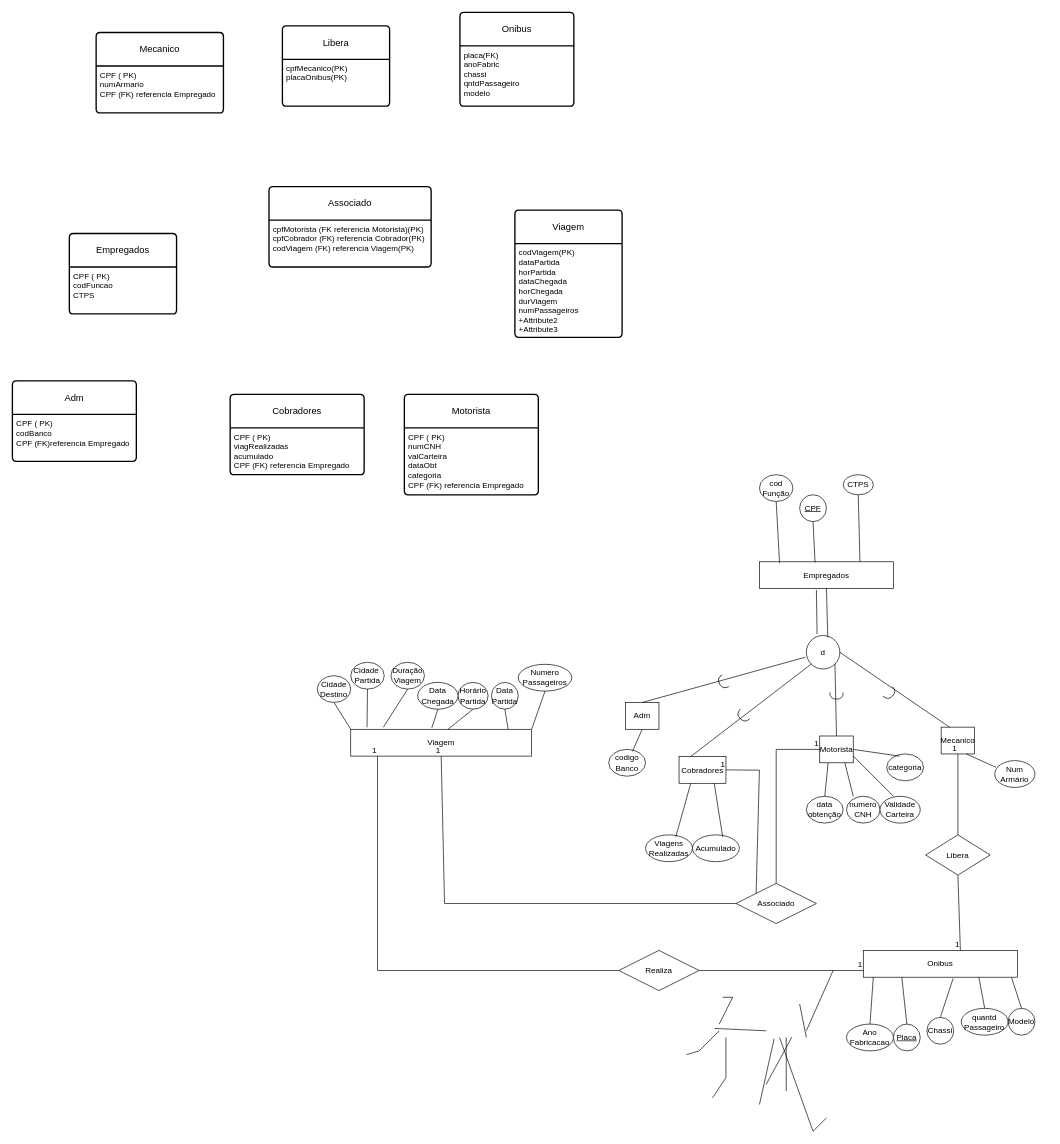
Before: page "Diagrama de Entidade Relacionamento" (2 of 2) of aula_1409_BancDados.drawio in imreadyrod/DiagramasTurmaBancDados, a draw.io diagram. Source tidied: cells renumbered, new cells numbered last; positions are measured from the earlier drawing's top-left corner, leaving out a move shared by most shapes. Both pictures are drawn from the tidied source at 67%, with x=0, y=0 at pixel (12, 12).
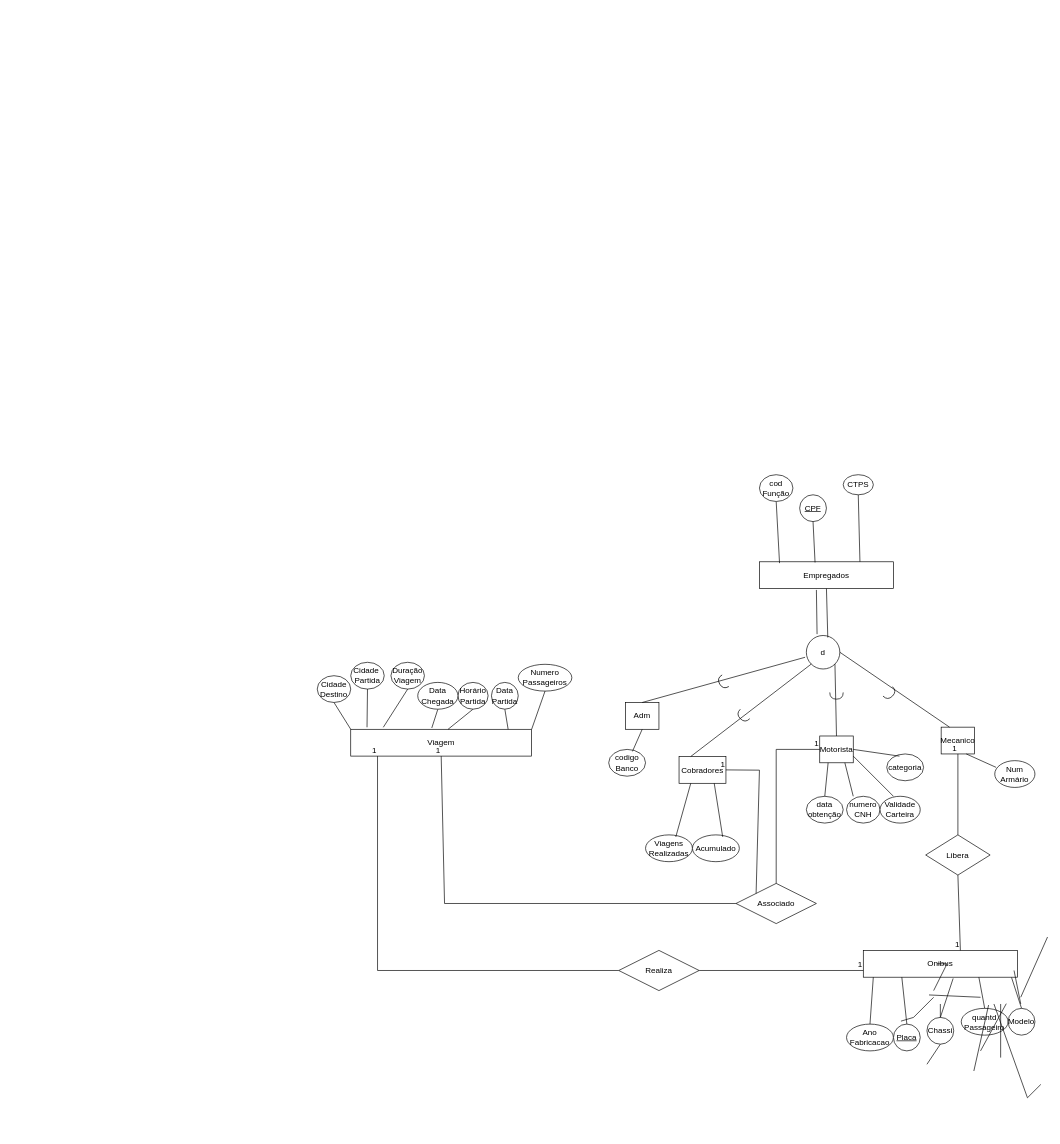
Above is the later version.

Change to the diagram source:
```diff
@@
     <mxCell id="66" style="endArrow=none;html=1;rounded=0;entryX=0;entryY=1;entryDx=0;entryDy=0;" parent="1" edge="1">
       <mxGeometry relative="1" as="geometry">
-        <mxPoint x="1048.1" y="1516.5" as="sourcePoint" />
-        <mxPoint x="1125" y="1520" as="targetPoint" />
+        <mxPoint x="1368.1" y="1466.5" as="sourcePoint" />
+        <mxPoint x="1445" y="1470" as="targetPoint" />
       </mxGeometry>
     </mxCell>
@@
     <mxCell id="69" style="endArrow=none;html=1;rounded=0;exitX=1;exitY=1;exitDx=0;exitDy=0;entryX=0;entryY=1;entryDx=0;entryDy=0;" parent="1" edge="1">
       <mxGeometry relative="1" as="geometry">
-        <mxPoint x="1006.2" y="1555.6" as="sourcePoint" />
-        <mxPoint x="1055" y="1520" as="targetPoint" />
+        <mxPoint x="1326.2" y="1505.6" as="sourcePoint" />
+        <mxPoint x="1375" y="1470" as="targetPoint" />
         <Array as="points">
-          <mxPoint x="1025" y="1550" />
+          <mxPoint x="1345" y="1500" />
         </Array>
       </mxGeometry>
     </mxCell>
@@
     <mxCell id="71" style="endArrow=none;html=1;rounded=0;exitX=0;exitY=0;exitDx=0;exitDy=0;entryX=0.82;entryY=0.988;entryDx=0;entryDy=0;entryPerimeter=0;" parent="1" edge="1">
       <mxGeometry relative="1" as="geometry">
-        <mxPoint x="1125" y="1600" as="sourcePoint" />
-        <mxPoint x="1163.4" y="1529.5" as="targetPoint" />
+        <mxPoint x="1445" y="1550" as="sourcePoint" />
+        <mxPoint x="1483.4" y="1479.5" as="targetPoint" />
       </mxGeometry>
     </mxCell>
@@
     <mxCell id="73" style="endArrow=none;html=1;rounded=0;exitX=0;exitY=0.5;exitDx=0;exitDy=0;entryX=1;entryY=1;entryDx=0;entryDy=0;" parent="1" edge="1">
       <mxGeometry relative="1" as="geometry">
-        <mxPoint x="1175" y="1480" as="sourcePoint" />
-        <mxPoint x="1185" y="1530" as="targetPoint" />
+        <mxPoint x="1495" y="1430" as="sourcePoint" />
+        <mxPoint x="1505" y="1480" as="targetPoint" />
       </mxGeometry>
     </mxCell>
@@
     <mxCell id="75" style="endArrow=none;html=1;rounded=0;exitX=1;exitY=0.75;exitDx=0;exitDy=0;entryX=0;entryY=0.5;entryDx=0;entryDy=0;" parent="1" edge="1">
       <mxGeometry relative="1" as="geometry">
-        <mxPoint x="1185" y="1520" as="sourcePoint" />
-        <mxPoint x="1225" y="1430" as="targetPoint" />
+        <mxPoint x="1505" y="1470" as="sourcePoint" />
+        <mxPoint x="1545" y="1380" as="targetPoint" />
       </mxGeometry>
     </mxCell>
@@
     <mxCell id="78" style="endArrow=none;html=1;rounded=0;entryX=0;entryY=1;entryDx=0;entryDy=0;" parent="1" edge="1">
       <mxGeometry relative="1" as="geometry">
-        <mxPoint x="1045" y="1620" as="sourcePoint" />
-        <mxPoint x="1065" y="1530" as="targetPoint" />
+        <mxPoint x="1365" y="1570" as="sourcePoint" />
+        <mxPoint x="1385" y="1480" as="targetPoint" />
         <Array as="points">
-          <mxPoint x="1065" y="1590" />
+          <mxPoint x="1385" y="1540" />
         </Array>
       </mxGeometry>
     </mxCell>
@@
     <mxCell id="83" style="endArrow=none;html=1;rounded=0;entryX=0.6;entryY=1.041;entryDx=0;entryDy=0;entryPerimeter=0;" parent="1" edge="1">
       <mxGeometry relative="1" as="geometry">
-        <mxPoint x="1115" y="1630" as="sourcePoint" />
-        <mxPoint x="1137" y="1531.6" as="targetPoint" />
+        <mxPoint x="1435" y="1580" as="sourcePoint" />
+        <mxPoint x="1457" y="1481.6" as="targetPoint" />
       </mxGeometry>
     </mxCell>
@@
     <mxCell id="85" style="endArrow=none;html=1;rounded=0;exitX=0.071;exitY=0.278;exitDx=0;exitDy=0;exitPerimeter=0;entryX=0.75;entryY=1;entryDx=0;entryDy=0;" parent="1" edge="1">
       <mxGeometry relative="1" as="geometry">
-        <mxPoint x="1155" y="1610" as="sourcePoint" />
-        <mxPoint x="1155" y="1530" as="targetPoint" />
+        <mxPoint x="1475" y="1560" as="sourcePoint" />
+        <mxPoint x="1475" y="1480" as="targetPoint" />
       </mxGeometry>
     </mxCell>
@@
     <mxCell id="88" style="endArrow=none;html=1;rounded=0;entryX=0;entryY=0.5;entryDx=0;entryDy=0;exitX=0.667;exitY=1;exitDx=0;exitDy=0;exitPerimeter=0;" parent="1" edge="1">
       <mxGeometry relative="1" as="geometry">
-        <mxPoint x="1145" y="1530" as="sourcePoint" />
-        <mxPoint x="1215" y="1650" as="targetPoint" />
+        <mxPoint x="1465" y="1480" as="sourcePoint" />
+        <mxPoint x="1535" y="1600" as="targetPoint" />
         <Array as="points">
-          <mxPoint x="1195" y="1670" />
+          <mxPoint x="1515" y="1620" />
         </Array>
       </mxGeometry>
     </mxCell>
@@
     <mxCell id="90" style="endArrow=none;html=1;rounded=0;entryX=0.5;entryY=1;entryDx=0;entryDy=0;exitX=0.25;exitY=0;exitDx=0;exitDy=0;" parent="1" edge="1">
       <mxGeometry relative="1" as="geometry">
-        <mxPoint x="1055" y="1510" as="sourcePoint" />
-        <mxPoint x="1060" y="1470" as="targetPoint" />
+        <mxPoint x="1375" y="1460" as="sourcePoint" />
+        <mxPoint x="1380" y="1420" as="targetPoint" />
         <Array as="points">
-          <mxPoint x="1075" y="1470" />
+          <mxPoint x="1395" y="1420" />
         </Array>
       </mxGeometry>
     </mxCell>
@@
-    <mxCell id="94" value="Empregados" style="swimlane;horizontal=1;startSize=50;rounded=1;fontSize=14;fontStyle=0;strokeWidth=2;shadow=0;dashed=0;align=center;arcSize=4;whiteSpace=wrap;html=1;" parent="1" vertex="1">
-      <mxGeometry x="85" y="330" width="160" height="120" as="geometry" />
-    </mxCell>
-    <mxCell id="95" value="CPF ( PK)&lt;br&gt;codFuncao&lt;br&gt;CTPS&lt;br&gt;" style="align=left;strokeColor=none;fillColor=none;spacingLeft=4;fontSize=12;verticalAlign=top;html=1;" parent="94" vertex="1">
-      <mxGeometry y="50" width="160" height="70" as="geometry" />
-    </mxCell>
-    <mxCell id="96" value="Adm" style="swimlane;horizontal=1;startSize=50;rounded=1;fontSize=14;fontStyle=0;strokeWidth=2;shadow=0;dashed=0;align=center;arcSize=4;whiteSpace=wrap;html=1;" parent="1" vertex="1">
-      <mxGeometry y="550" width="185" height="120" as="geometry" />
-    </mxCell>
-    <mxCell id="97" value="CPF ( PK)&lt;br&gt;codBanco&lt;br&gt;CPF (FK)referencia Empregado" style="align=left;strokeColor=none;fillColor=none;spacingLeft=4;fontSize=12;verticalAlign=top;html=1;" parent="96" vertex="1">
-      <mxGeometry y="50" width="185" height="70" as="geometry" />
-    </mxCell>
-    <mxCell id="98" value="Cobradores" style="swimlane;horizontal=1;startSize=50;rounded=1;fontSize=14;fontStyle=0;strokeWidth=2;shadow=0;dashed=0;align=center;arcSize=4;whiteSpace=wrap;html=1;" parent="1" vertex="1">
-      <mxGeometry x="325" y="570" width="200" height="120" as="geometry" />
-    </mxCell>
-    <mxCell id="99" value="CPF ( PK)&lt;br&gt;viagRealizadas&lt;br&gt;acumulado&lt;br&gt;CPF (FK) referencia Empregado" style="align=left;strokeColor=none;fillColor=none;spacingLeft=4;fontSize=12;verticalAlign=top;html=1;" parent="98" vertex="1">
-      <mxGeometry y="50" width="200" height="70" as="geometry" />
-    </mxCell>
-    <mxCell id="100" value="Motorista" style="swimlane;horizontal=1;startSize=50;rounded=1;fontSize=14;fontStyle=0;strokeWidth=2;shadow=0;dashed=0;align=center;arcSize=4;whiteSpace=wrap;html=1;" parent="1" vertex="1">
-      <mxGeometry x="585" y="570" width="200" height="150" as="geometry" />
-    </mxCell>
-    <mxCell id="101" value="CPF ( PK)&lt;br&gt;numCNH&lt;br&gt;valCarteira&lt;br&gt;dataObt&lt;br&gt;categoria&lt;br&gt;CPF (FK) referencia Empregado" style="align=left;strokeColor=none;fillColor=none;spacingLeft=4;fontSize=12;verticalAlign=top;html=1;" parent="100" vertex="1">
-      <mxGeometry y="50" width="200" height="100" as="geometry" />
-    </mxCell>
-    <mxCell id="102" value="Mecanico" style="swimlane;horizontal=1;startSize=50;rounded=1;fontSize=14;fontStyle=0;strokeWidth=2;shadow=0;dashed=0;align=center;arcSize=4;whiteSpace=wrap;html=1;" parent="1" vertex="1">
-      <mxGeometry x="125" y="30" width="190" height="120" as="geometry" />
-    </mxCell>
-    <mxCell id="103" value="CPF ( PK)&lt;br&gt;numArmario&lt;br&gt;CPF (FK) referencia Empregado" style="align=left;strokeColor=none;fillColor=none;spacingLeft=4;fontSize=12;verticalAlign=top;html=1;" parent="102" vertex="1">
-      <mxGeometry y="50" width="190" height="70" as="geometry" />
-    </mxCell>
-    <mxCell id="104" value="Viagem" style="swimlane;horizontal=1;startSize=50;rounded=1;fontSize=14;fontStyle=0;strokeWidth=2;shadow=0;dashed=0;align=center;arcSize=4;whiteSpace=wrap;html=1;" parent="1" vertex="1">
-      <mxGeometry x="750" y="295" width="160" height="190" as="geometry" />
-    </mxCell>
-    <mxCell id="105" value="codViagem(PK)&lt;br&gt;dataPartida&lt;br&gt;horPartida&lt;br&gt;dataChegada&lt;br&gt;horChegada&lt;br&gt;durViagem&lt;br&gt;numPassageiros&lt;br&gt;+Attribute2&lt;br&gt;+Attribute3" style="align=left;strokeColor=none;fillColor=none;spacingLeft=4;fontSize=12;verticalAlign=top;html=1;" parent="104" vertex="1">
-      <mxGeometry y="50" width="160" height="140" as="geometry" />
-    </mxCell>
-    <mxCell id="106" value="Onibus" style="swimlane;horizontal=1;startSize=50;rounded=1;fontSize=14;fontStyle=0;strokeWidth=2;shadow=0;dashed=0;align=center;arcSize=4;whiteSpace=wrap;html=1;" parent="1" vertex="1">
-      <mxGeometry x="668" width="170" height="140" as="geometry" />
-    </mxCell>
-    <mxCell id="107" value="placa(FK)&lt;br&gt;anoFabric&lt;br&gt;chassi&lt;br&gt;qntdPassageiro&lt;br&gt;modelo" style="align=left;strokeColor=none;fillColor=none;spacingLeft=4;fontSize=12;verticalAlign=top;html=1;" parent="106" vertex="1">
-      <mxGeometry y="50" width="170" height="90" as="geometry" />
-    </mxCell>
-    <mxCell id="108" value="Libera" style="swimlane;horizontal=1;startSize=50;rounded=1;fontSize=14;fontStyle=0;strokeWidth=2;shadow=0;dashed=0;align=center;arcSize=4;whiteSpace=wrap;html=1;" parent="1" vertex="1">
-      <mxGeometry x="403" y="20" width="160" height="120" as="geometry" />
-    </mxCell>
-    <mxCell id="109" value="cpfMecanico(PK)&lt;br&gt;placaOnibus(PK)&lt;br&gt;" style="align=left;strokeColor=none;fillColor=none;spacingLeft=4;fontSize=12;verticalAlign=top;html=1;" parent="108" vertex="1">
-      <mxGeometry y="50" width="160" height="70" as="geometry" />
-    </mxCell>
-    <mxCell id="110" value="Associado" style="swimlane;horizontal=1;startSize=50;rounded=1;fontSize=14;fontStyle=0;strokeWidth=2;shadow=0;dashed=0;align=center;arcSize=4;whiteSpace=wrap;html=1;" parent="1" vertex="1">
-      <mxGeometry x="383" y="260" width="242" height="120" as="geometry" />
-    </mxCell>
-    <mxCell id="111" value="cpfMotorista (FK referencia Motorista)(PK)&lt;br&gt;cpfCobrador (FK) referencia Cobrador(PK)&lt;br&gt;codViagem (FK) referencia Viagem(PK)&lt;br&gt;" style="align=left;strokeColor=none;fillColor=none;spacingLeft=4;fontSize=12;verticalAlign=top;html=1;" parent="110" vertex="1">
-      <mxGeometry y="50" width="242" height="70" as="geometry" />
-    </mxCell>
```
